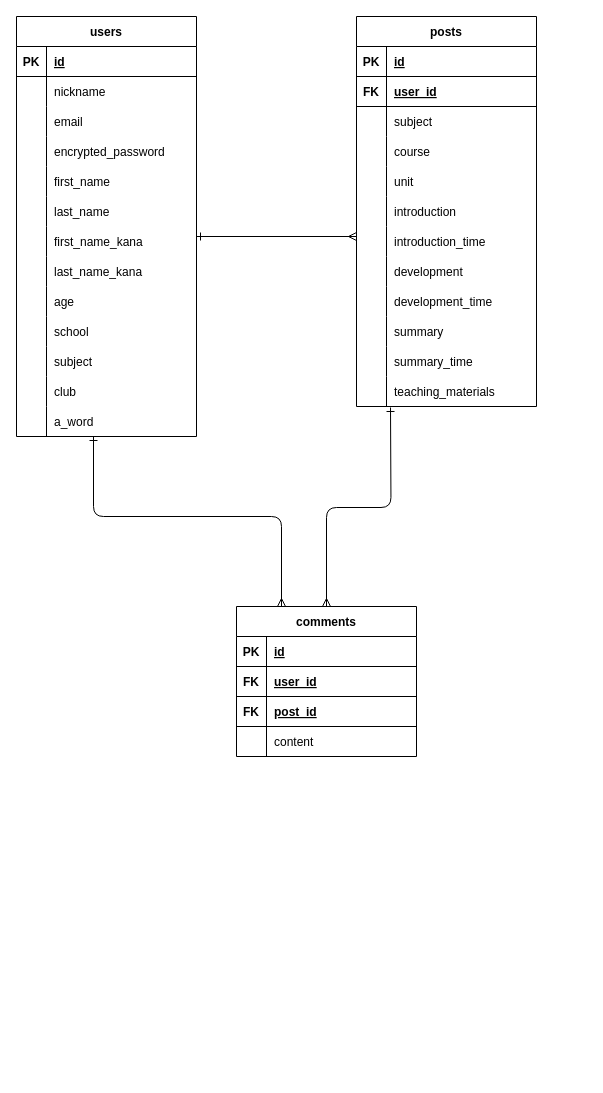
Before: kyoyu.dio in honda-gentuki/kyoyu, a draw.io diagram. Source tidied: cells renumbered, new cells numbered last; positions are measured from the earlier drawing's top-left corner, leaving out a move shared by most shapes. Both pictures are drawn from the tidied source at 100%, with x=0, y=0 at pixel (16, 16).
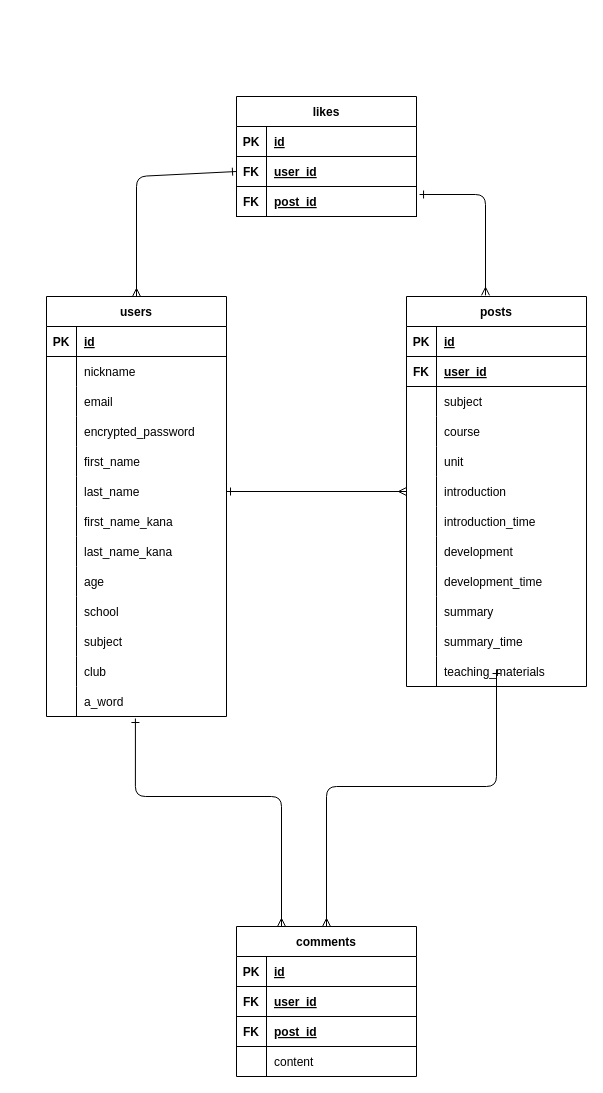
The same page after the edit.

Unchanged cells that the change refers to:
```xml
<mxCell id="18" style="shape=partialRectangle;fillColor=none;top=0;left=0;bottom=0;right=0;points=[[0,0.5],[1,0.5]];portConstraint=eastwest;" parent="2" vertex="1">
  <mxGeometry y="180" width="180" height="30" as="geometry" />
</mxCell>
<mxCell id="39" style="shape=partialRectangle;fillColor=none;top=0;left=0;bottom=0;right=0;points=[[0,0.5],[1,0.5]];portConstraint=eastwest;" parent="2" vertex="1">
  <mxGeometry y="390" width="180" height="30" as="geometry" />
</mxCell>
<mxCell id="58" style="shape=partialRectangle;fillColor=none;top=0;left=0;bottom=0;right=0;points=[[0,0.5],[1,0.5]];portConstraint=eastwest;" parent="42" vertex="1">
  <mxGeometry y="180" width="180" height="30" as="geometry" />
</mxCell>
```

Change to the diagram source:
```diff
@@
     <mxCell id="2" value="users" style="shape=table;startSize=30;childLayout=tableLayout;rowLines=0;fontStyle=1;align=center;" parent="1" vertex="1">
-      <mxGeometry width="180" height="420" as="geometry" />
+      <mxGeometry x="30" y="280" width="180" height="420" as="geometry" />
     </mxCell>
@@
     <mxCell id="42" value="posts" style="shape=table;startSize=30;childLayout=tableLayout;rowLines=0;fontStyle=1;align=center;" parent="1" vertex="1">
-      <mxGeometry x="340" width="180" height="390" as="geometry" />
+      <mxGeometry x="390" y="280" width="180" height="390" as="geometry" />
     </mxCell>
@@
     <mxCell id="79" value="comments" style="shape=table;startSize=30;childLayout=tableLayout;rowLines=0;fontStyle=1;align=center;" parent="1" vertex="1">
-      <mxGeometry x="220" y="590" width="180" height="150" as="geometry" />
+      <mxGeometry x="220" y="910" width="180" height="150" as="geometry" />
     </mxCell>
@@
-    <mxCell id="92" style="fontSize=12;html=1;endArrow=ERmany;startArrow=ERone;startFill=0;" parent="1" edge="1">
-      <mxGeometry relative="1" as="geometry">
-        <mxPoint x="180" y="220" as="sourcePoint" />
-        <mxPoint x="340" y="220" as="targetPoint" />
-      </mxGeometry>
+    <mxCell id="92" style="fontSize=12;html=1;endArrow=ERmany;startArrow=ERone;startFill=0;exitX=1;exitY=0.5;exitDx=0;exitDy=0;entryX=0;entryY=0.5;entryDx=0;entryDy=0;" parent="1" edge="1" source="18" target="58">
+      <mxGeometry relative="1" as="geometry" />
     </mxCell>
     <mxCell id="93" style="edgeStyle=orthogonalEdgeStyle;fontSize=12;html=1;endArrow=ERmany;entryX=0.5;entryY=0;entryDx=0;entryDy=0;startArrow=ERone;startFill=0;" parent="1" edge="1" target="79">
       <mxGeometry relative="1" as="geometry">
-        <mxPoint x="374" y="391" as="sourcePoint" />
+        <mxPoint x="480" y="653" as="sourcePoint" />
+        <Array as="points">
+          <mxPoint x="480" y="770" />
+          <mxPoint x="310" y="770" />
+        </Array>
       </mxGeometry>
     </mxCell>
-    <mxCell id="94" style="fontSize=12;html=1;endArrow=ERmany;entryX=0.25;entryY=0;entryDx=0;entryDy=0;edgeStyle=orthogonalEdgeStyle;startArrow=ERone;startFill=0;" parent="1" edge="1" source="39" target="79">
+    <mxCell id="94" style="fontSize=12;html=1;endArrow=ERmany;entryX=0.25;entryY=0;entryDx=0;entryDy=0;edgeStyle=orthogonalEdgeStyle;startArrow=ERone;startFill=0;exitX=0.494;exitY=1.067;exitDx=0;exitDy=0;exitPerimeter=0;" parent="1" edge="1" source="39" target="79">
       <mxGeometry relative="1" as="geometry">
         <Array as="points">
-          <mxPoint x="77" y="500" />
-          <mxPoint x="265" y="500" />
+          <mxPoint x="119" y="780" />
+          <mxPoint x="265" y="780" />
         </Array>
       </mxGeometry>
     </mxCell>
+    <mxCell id="95" value="likes" style="shape=table;startSize=30;childLayout=tableLayout;rowLines=0;fontStyle=1;align=center;" parent="1" vertex="1">
+      <mxGeometry x="220" y="80" width="180" height="120" as="geometry" />
+    </mxCell>
+    <mxCell id="96" style="shape=partialRectangle;fillColor=none;top=0;left=0;bottom=1;right=0;" parent="95" vertex="1">
+      <mxGeometry y="30" width="180" height="30" as="geometry" />
+    </mxCell>
+    <mxCell id="97" value="PK" style="shape=partialRectangle;fillColor=none;top=0;left=0;bottom=0;right=0;fontStyle=1;overflow=hidden;" parent="96" vertex="1">
+      <mxGeometry width="30" height="30" as="geometry" />
+    </mxCell>
+    <mxCell id="98" value="id" style="shape=partialRectangle;fillColor=none;top=0;left=0;bottom=0;right=0;align=left;spacingLeft=6;fontStyle=5;overflow=hidden;" parent="96" vertex="1">
+      <mxGeometry x="30" width="150" height="30" as="geometry" />
+    </mxCell>
+    <mxCell id="99" style="shape=partialRectangle;fillColor=none;top=0;left=0;bottom=1;right=0;points=[[0,0.5],[1,0.5]];portConstraint=eastwest;" parent="95" vertex="1">
+      <mxGeometry y="60" width="180" height="30" as="geometry" />
+    </mxCell>
+    <mxCell id="100" value="FK" style="shape=partialRectangle;fillColor=none;top=0;left=0;bottom=0;right=0;fontStyle=1;overflow=hidden;" parent="99" vertex="1">
+      <mxGeometry width="30" height="30" as="geometry" />
+    </mxCell>
+    <mxCell id="101" value="user_id" style="shape=partialRectangle;fillColor=none;top=0;left=0;bottom=0;right=0;align=left;spacingLeft=6;fontStyle=5;overflow=hidden;" parent="99" vertex="1">
+      <mxGeometry x="30" width="150" height="30" as="geometry" />
+    </mxCell>
+    <mxCell id="102" style="shape=partialRectangle;fillColor=none;top=0;left=0;bottom=1;right=0;points=[[0,0.5],[1,0.5]];portConstraint=eastwest;" parent="95" vertex="1">
+      <mxGeometry y="90" width="180" height="30" as="geometry" />
+    </mxCell>
+    <mxCell id="103" value="FK" style="shape=partialRectangle;fillColor=none;top=0;left=0;bottom=0;right=0;fontStyle=1;overflow=hidden;" parent="102" vertex="1">
+      <mxGeometry width="30" height="30" as="geometry" />
+    </mxCell>
+    <mxCell id="104" value="post_id" style="shape=partialRectangle;fillColor=none;top=0;left=0;bottom=0;right=0;align=left;spacingLeft=6;fontStyle=5;overflow=hidden;" parent="102" vertex="1">
+      <mxGeometry x="30" width="150" height="30" as="geometry" />
+    </mxCell>
+    <mxCell id="105" style="fontSize=12;html=1;endArrow=ERmany;startArrow=ERone;startFill=0;entryX=0.439;entryY=-0.003;entryDx=0;entryDy=0;entryPerimeter=0;exitX=1.017;exitY=0.267;exitDx=0;exitDy=0;exitPerimeter=0;" parent="1" edge="1" source="102" target="42">
+      <mxGeometry relative="1" as="geometry">
+        <Array as="points">
+          <mxPoint x="469" y="178" />
+        </Array>
+      </mxGeometry>
+    </mxCell>
+    <mxCell id="106" style="fontSize=12;html=1;endArrow=ERmany;startArrow=ERone;startFill=0;entryX=0.5;entryY=0;entryDx=0;entryDy=0;exitX=0;exitY=0.5;exitDx=0;exitDy=0;" parent="1" edge="1" source="99" target="2">
+      <mxGeometry relative="1" as="geometry">
+        <Array as="points">
+          <mxPoint x="120" y="160" />
+        </Array>
+      </mxGeometry>
+    </mxCell>
```
